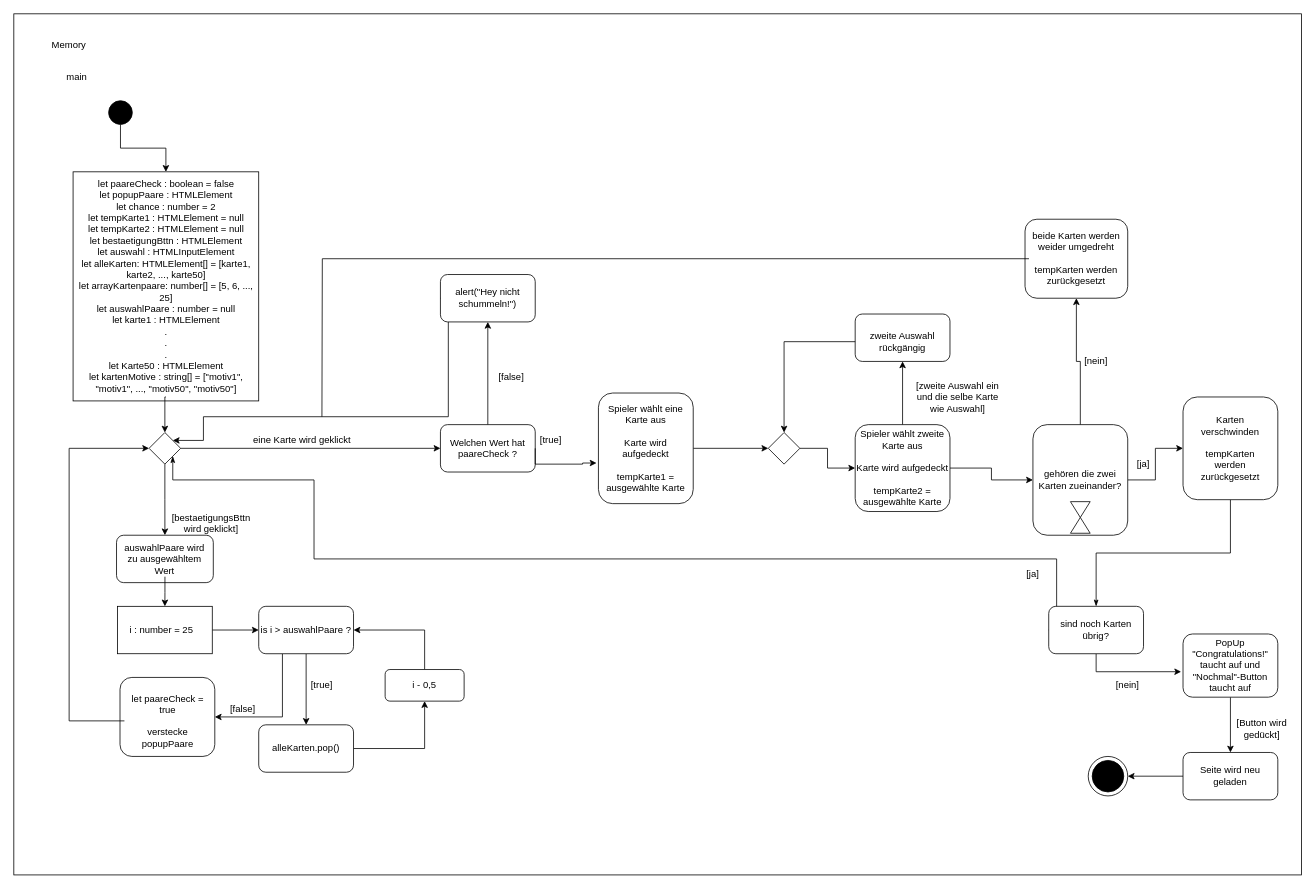
Before: L03_Memory/Aktivitätsdiagramm_Memory.drawio in AlexanderGritzfeld/EIA2, a draw.io diagram. Source tidied: cells renumbered, new cells numbered last; positions are measured from the earlier drawing's top-left corner, leaving out a move shared by most shapes. Both pictures are drawn from the tidied source at 79%, with x=0, y=0 at pixel (13, 13).
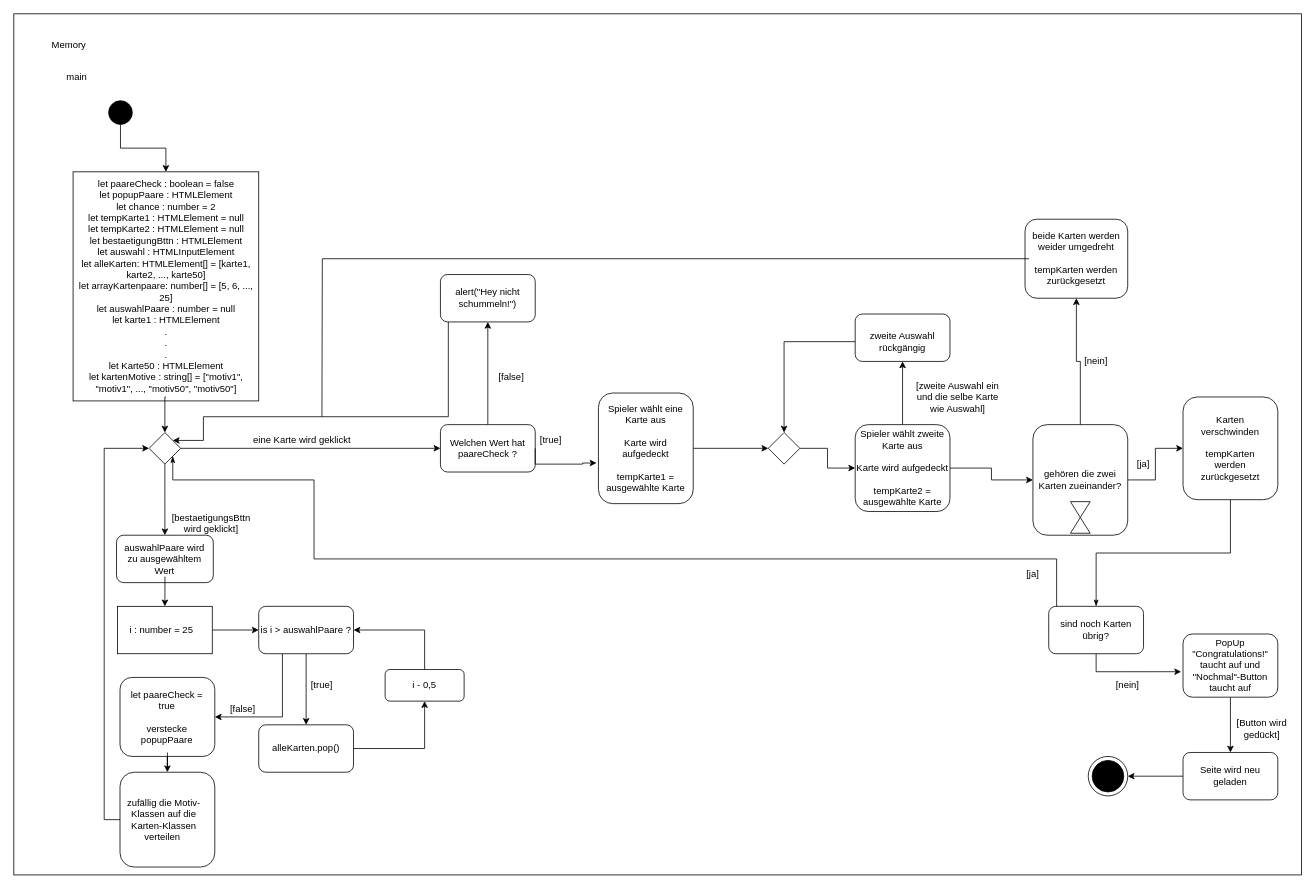
After the change.

Unchanged cells that the change refers to:
```xml
<mxCell id="12" style="rhombus;whiteSpace=wrap;html=1;fillColor=#ffffff;" parent="1" vertex="1">
  <mxGeometry x="171.2" y="530" width="40" height="40" as="geometry" />
</mxCell>
```

Change to the diagram source:
```diff
@@
-    <mxCell id="32" style="edgeStyle=orthogonalEdgeStyle;rounded=0;jettySize=auto;html=1;entryX=0;entryY=0.5;entryDx=0;entryDy=0;exitX=0;exitY=0.5;exitDx=0;exitDy=0;" parent="1" edge="1" source="33" target="12">
-      <mxGeometry relative="1" as="geometry">
-        <Array as="points">
-          <mxPoint x="70" y="895" />
-          <mxPoint x="70" y="550" />
-        </Array>
-      </mxGeometry>
+    <mxCell id="32" style="edgeStyle=orthogonalEdgeStyle;rounded=0;jettySize=auto;html=1;entryX=0;entryY=0.5;entryDx=0;entryDy=0;exitX=0;exitY=0.5;exitDx=0;exitDy=0;" parent="1" edge="1" source="81" target="12">
+      <mxGeometry relative="1" as="geometry" />
     </mxCell>
+    <mxCell id="80" style="edgeStyle=orthogonalEdgeStyle;rounded=0;jettySize=auto;html=1;entryX=0.5;entryY=0;entryDx=0;entryDy=0;" parent="1" edge="1" source="33" target="81">
+      <mxGeometry relative="1" as="geometry" />
+    </mxCell>
     <mxCell id="33" value="let paareCheck = true&lt;br&gt;&lt;br&gt;verstecke popupPaare" style="text;html=1;strokeColor=none;fillColor=none;align=center;verticalAlign=middle;whiteSpace=wrap;rounded=0;" parent="1" vertex="1">
-      <mxGeometry x="140" y="850" width="110" height="90" as="geometry" />
+      <mxGeometry x="139.4" y="845" width="110" height="90" as="geometry" />
     </mxCell>
@@
+    <mxCell id="81" style="rounded=1;whiteSpace=wrap;html=1;" parent="1" vertex="1">
+      <mxGeometry x="134.4" y="960" width="120" height="120" as="geometry" />
+    </mxCell>
+    <mxCell id="82" value="zufällig die Motiv-Klassen auf die Karten-Klassen verteilen&amp;nbsp;" style="text;html=1;strokeColor=none;fillColor=none;align=center;verticalAlign=middle;whiteSpace=wrap;rounded=0;" parent="1" vertex="1">
+      <mxGeometry x="140" y="970" width="100" height="100" as="geometry" />
+    </mxCell>
```
